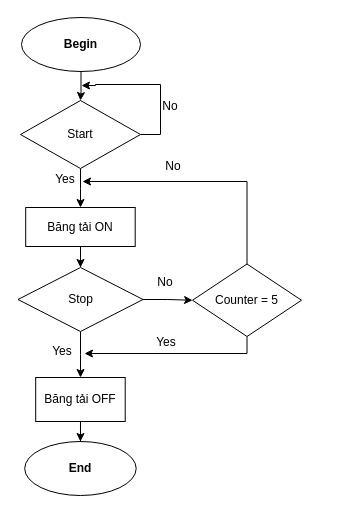
Before: Biểu đồ không có tiêu đề.drawio in nguyentienkhoa050401/mon-hoc, a draw.io diagram. Source tidied: cells renumbered, new cells numbered last; positions are measured from the earlier drawing's top-left corner, leaving out a move shared by most shapes. Both pictures are drawn from the tidied source at 100%, with x=0, y=0 at pixel (18, 17).
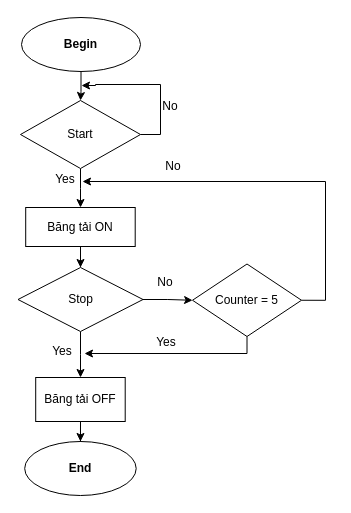
Above is the later version.

Commit message:
Cập nhật Biểu đồ không có tiêu đề.drawio

The change refers to these unchanged cells:
```xml
<mxCell id="14" value="Counter = 5" style="rhombus;whiteSpace=wrap;html=1;" parent="1" vertex="1">
  <mxGeometry x="174" y="246.5" width="109" height="72.5" as="geometry" />
</mxCell>
```

Change to the diagram source:
```diff
@@
-    <mxCell id="13" style="edgeStyle=orthogonalEdgeStyle;rounded=0;orthogonalLoop=1;jettySize=auto;html=1;" parent="1" edge="1">
+    <mxCell id="13" style="edgeStyle=orthogonalEdgeStyle;rounded=0;jettySize=auto;html=1;exitX=1;exitY=0.5;exitDx=0;exitDy=0;" parent="1" edge="1" source="14">
       <mxGeometry relative="1" as="geometry">
-        <mxPoint x="228.5" y="259.5" as="sourcePoint" />
         <mxPoint x="64" y="164" as="targetPoint" />
         <Array as="points">
-          <mxPoint x="229" y="164" />
+          <mxPoint x="307" y="283" />
+          <mxPoint x="307" y="164" />
         </Array>
       </mxGeometry>
     </mxCell>
```
